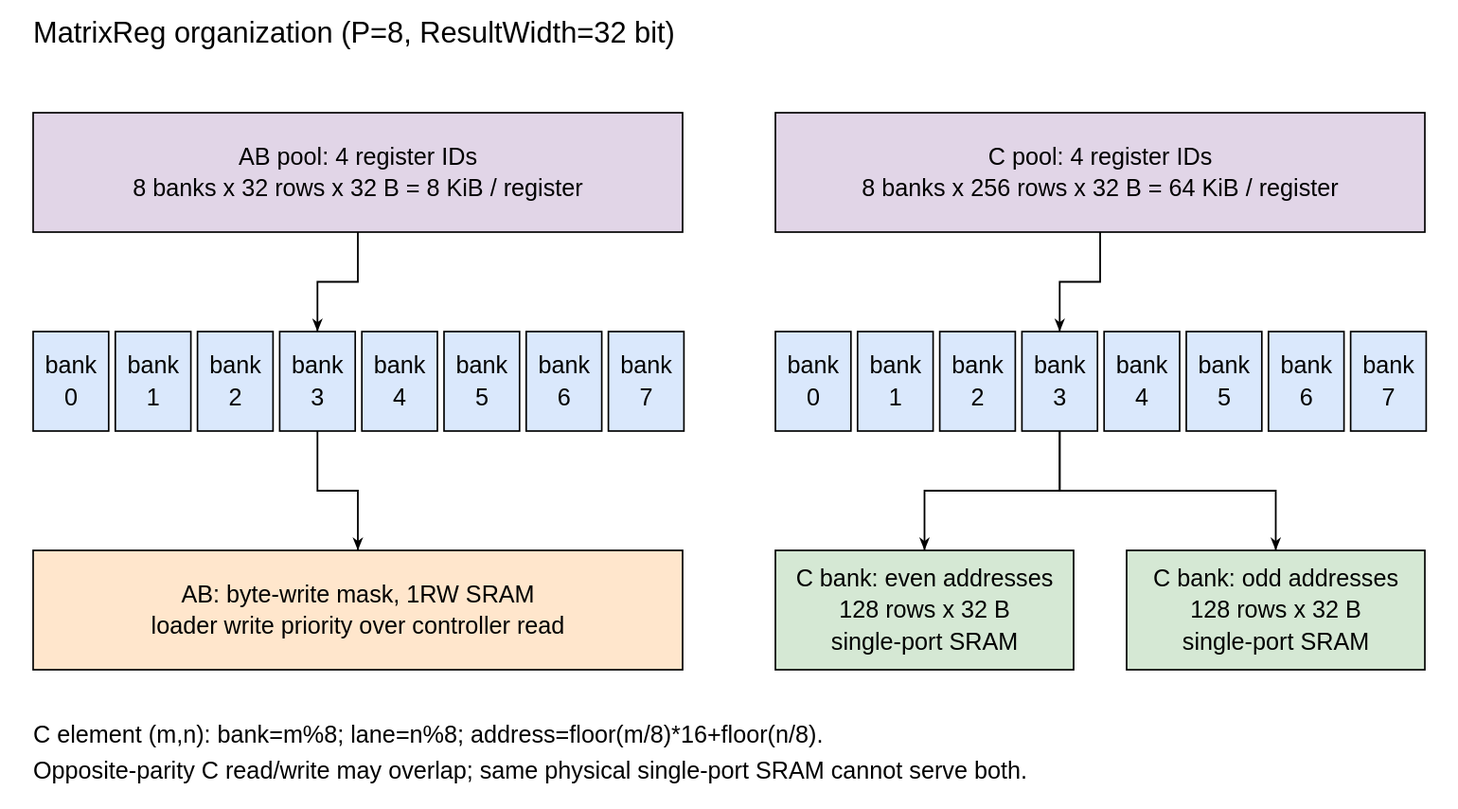
Above: docs/zh/cute/figure/cute-matrixreg.svg in OpenXiangShan/XiangShan-Design-Doc (draw.io), before the change. Source tidied: cells renumbered, new cells last; positions are measured from the earlier drawing's top-left corner, leaving out a move shared by most shapes.
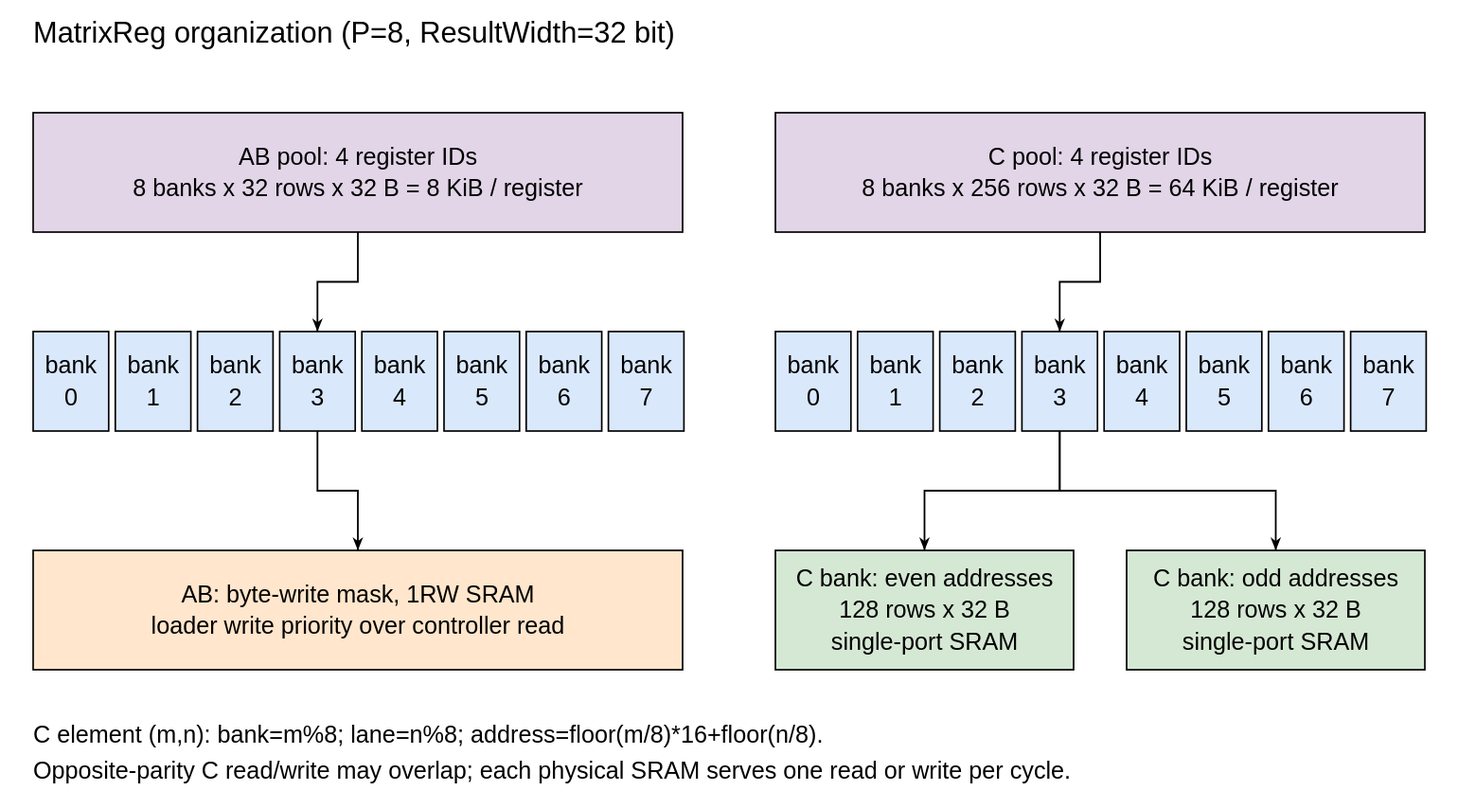
Later version of the same file.

The edit, as a diff of the source:
```diff
@@ -86,7 +86,7 @@
     <mxCell id="29" value="C element (m,n): bank=m%8; lane=n%8; address=floor(m/8)*16+floor(n/8)." style="text;html=1;align=left;verticalAlign=top;whiteSpace=wrap;fontFamily=Helvetica;fontSize=18;" parent="1" vertex="1">
       <mxGeometry y="532" width="713.6" height="24" as="geometry" />
     </mxCell>
-    <mxCell id="30" value="Opposite-parity C read/write may overlap; same physical single-port SRAM cannot serve both." style="text;html=1;align=left;verticalAlign=top;whiteSpace=wrap;fontFamily=Helvetica;fontSize=18;" parent="1" vertex="1">
+    <mxCell id="30" value="Opposite-parity C read/write may overlap; each physical SRAM serves one read or write per cycle." style="text;html=1;align=left;verticalAlign=top;whiteSpace=wrap;fontFamily=Helvetica;fontSize=18;" parent="1" vertex="1">
       <mxGeometry y="559" width="925.3" height="24" as="geometry" />
     </mxCell>
   </root>
```
